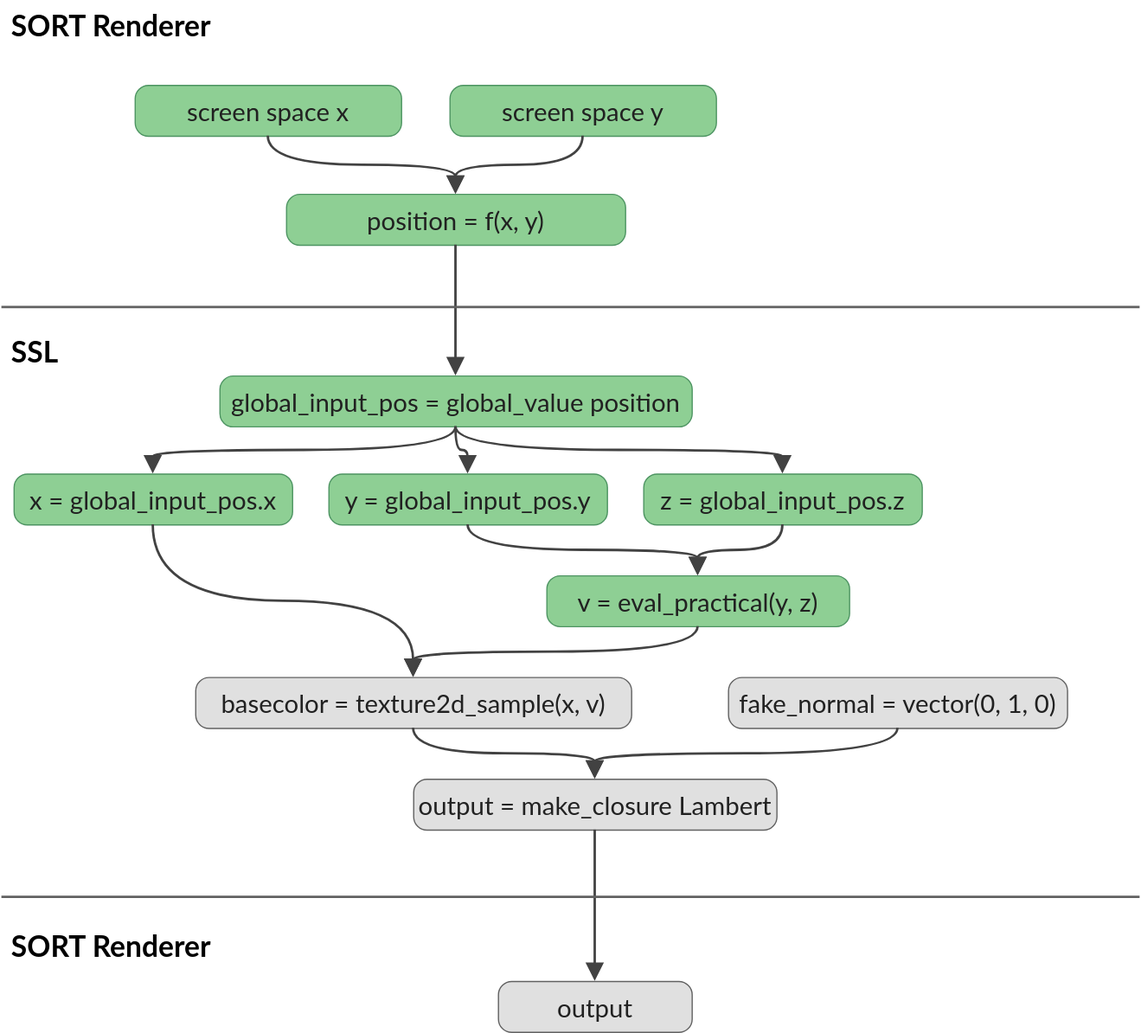
Above: img/posts/procedural_uv_derivatives_evaluation_in_sort_renderer/complete_shader_entry_graph_dark.drawio.svg in JiayinCao/AGraphicsGuyNotes (draw.io), before the change. Source tidied: cells renumbered, new cells last; positions are measured from the earlier drawing's top-left corner, leaving out a move shared by most shapes.
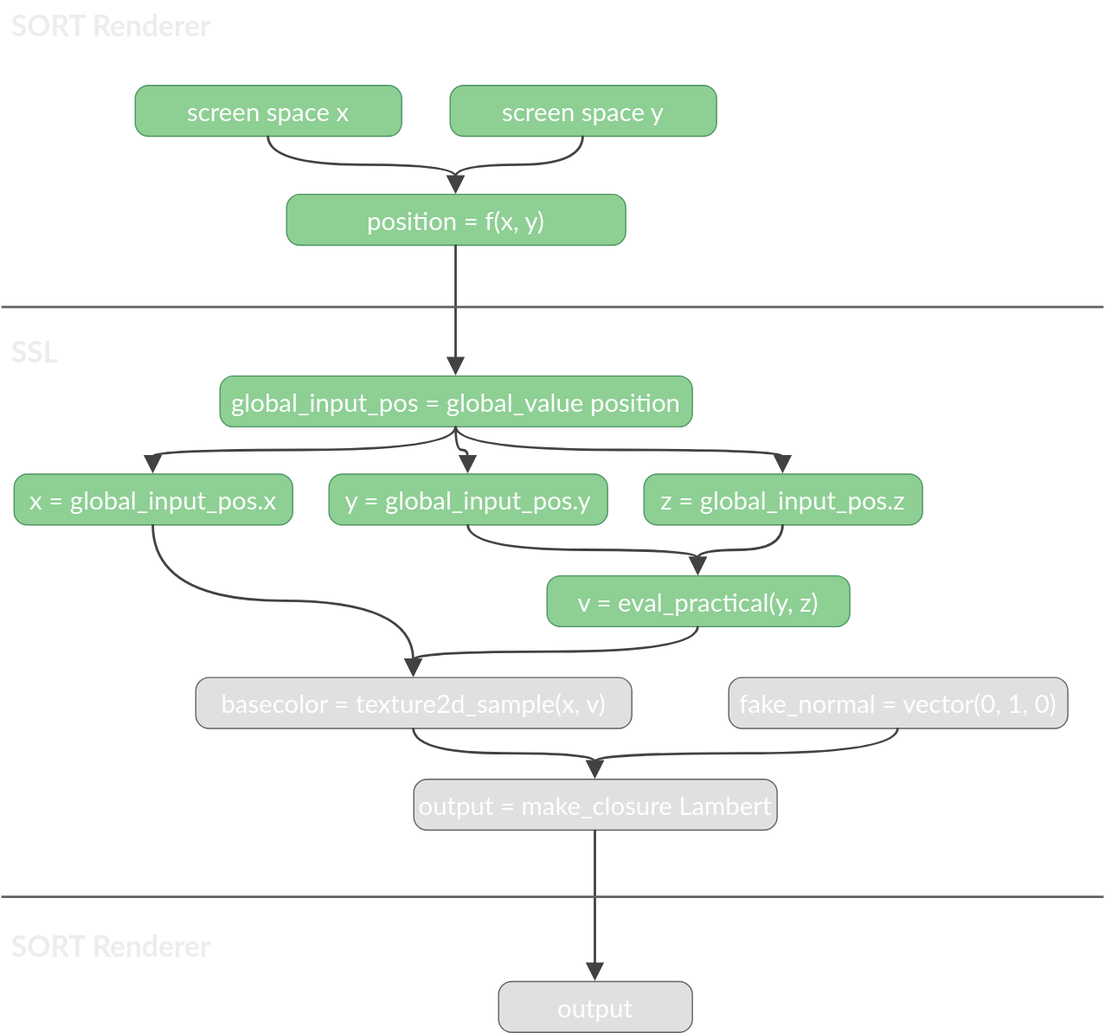
The same file after the commit.

Diff of the diagram source:
```diff
@@ -2,46 +2,46 @@
   <root>
     <mxCell id="0" />
     <mxCell id="1" parent="0" />
-    <mxCell id="2" value="screen space x" style="rounded=1;absoluteArcSize=1;arcSize=22;whiteSpace=wrap;html=1;fillColor=#8ecf94;strokeColor=#4d9462;fontColor=light-dark(#212121,#FFFFFF);fontFamily=Lato;fontSize=21;align=center;verticalAlign=middle;" parent="1" vertex="1">
+    <mxCell id="2" value="screen space x" style="rounded=1;absoluteArcSize=1;arcSize=22;whiteSpace=wrap;html=1;fillColor=#8ecf94;strokeColor=#4d9462;fontColor=light-dark(#FFFFFF,#FFFFFF);fontFamily=Lato;fontSize=21;align=center;verticalAlign=middle;" parent="1" vertex="1">
       <mxGeometry x="110" y="70" width="220" height="42" as="geometry" />
     </mxCell>
-    <mxCell id="3" value="screen space y" style="rounded=1;absoluteArcSize=1;arcSize=22;whiteSpace=wrap;html=1;fillColor=#8ecf94;strokeColor=#4d9462;fontColor=light-dark(#212121,#FFFFFF);fontFamily=Lato;fontSize=21;align=center;verticalAlign=middle;" parent="1" vertex="1">
+    <mxCell id="3" value="screen space y" style="rounded=1;absoluteArcSize=1;arcSize=22;whiteSpace=wrap;html=1;fillColor=#8ecf94;strokeColor=#4d9462;fontColor=light-dark(#FFFFFF,#FFFFFF);fontFamily=Lato;fontSize=21;align=center;verticalAlign=middle;" parent="1" vertex="1">
       <mxGeometry x="370" y="70" width="220" height="42" as="geometry" />
     </mxCell>
-    <mxCell id="4" value="position = f(x, y)" style="rounded=1;absoluteArcSize=1;arcSize=22;whiteSpace=wrap;html=1;fillColor=#8ecf94;strokeColor=#4d9462;fontColor=light-dark(#212121,#FFFFFF);fontFamily=Lato;fontSize=21;align=center;verticalAlign=middle;" parent="1" vertex="1">
+    <mxCell id="4" value="position = f(x, y)" style="rounded=1;absoluteArcSize=1;arcSize=22;whiteSpace=wrap;html=1;fillColor=#8ecf94;strokeColor=#4d9462;fontColor=light-dark(#FFFFFF,#FFFFFF);fontFamily=Lato;fontSize=21;align=center;verticalAlign=middle;" parent="1" vertex="1">
       <mxGeometry x="235" y="160" width="280" height="42" as="geometry" />
     </mxCell>
     <mxCell id="5" value=" " style="rounded=1;whiteSpace=wrap;html=1;arcSize=22;fillColor=none;strokeColor=none;fontColor=none;" parent="1" vertex="1">
       <mxGeometry x="250" y="240" width="30" height="10" as="geometry" />
     </mxCell>
-    <mxCell id="6" value="global_input_pos = global_value position" style="rounded=1;absoluteArcSize=1;arcSize=22;whiteSpace=wrap;html=1;fillColor=#8ecf94;strokeColor=#4d9462;fontColor=light-dark(#212121,#FFFFFF);fontFamily=Lato;fontSize=21;align=center;verticalAlign=middle;" parent="1" vertex="1">
+    <mxCell id="6" value="global_input_pos = global_value position" style="rounded=1;absoluteArcSize=1;arcSize=22;whiteSpace=wrap;html=1;fillColor=#8ecf94;strokeColor=#4d9462;fontColor=light-dark(#FFFFFF,#FFFFFF);fontFamily=Lato;fontSize=21;align=center;verticalAlign=middle;" parent="1" vertex="1">
       <mxGeometry x="180" y="310" width="390" height="42" as="geometry" />
     </mxCell>
-    <mxCell id="7" value="x = global_input_pos.x" style="rounded=1;absoluteArcSize=1;arcSize=22;whiteSpace=wrap;html=1;fillColor=#8ecf94;strokeColor=#4d9462;fontColor=light-dark(#212121,#FFFFFF);fontFamily=Lato;fontSize=21;align=center;verticalAlign=middle;" parent="1" vertex="1">
+    <mxCell id="7" value="x = global_input_pos.x" style="rounded=1;absoluteArcSize=1;arcSize=22;whiteSpace=wrap;html=1;fillColor=#8ecf94;strokeColor=#4d9462;fontColor=light-dark(#FFFFFF,#FFFFFF);fontFamily=Lato;fontSize=21;align=center;verticalAlign=middle;" parent="1" vertex="1">
       <mxGeometry x="10" y="391" width="230" height="42" as="geometry" />
     </mxCell>
-    <mxCell id="8" value="y = global_input_pos.y" style="rounded=1;absoluteArcSize=1;arcSize=22;whiteSpace=wrap;html=1;fillColor=#8ecf94;strokeColor=#4d9462;fontColor=light-dark(#212121,#FFFFFF);fontFamily=Lato;fontSize=21;align=center;verticalAlign=middle;" parent="1" vertex="1">
+    <mxCell id="8" value="y = global_input_pos.y" style="rounded=1;absoluteArcSize=1;arcSize=22;whiteSpace=wrap;html=1;fillColor=#8ecf94;strokeColor=#4d9462;fontColor=light-dark(#FFFFFF,#FFFFFF);fontFamily=Lato;fontSize=21;align=center;verticalAlign=middle;" parent="1" vertex="1">
       <mxGeometry x="270" y="391" width="230" height="42" as="geometry" />
     </mxCell>
-    <mxCell id="9" value="z = global_input_pos.z" style="rounded=1;absoluteArcSize=1;arcSize=22;whiteSpace=wrap;html=1;fillColor=#8ecf94;strokeColor=#4d9462;fontColor=light-dark(#212121,#FFFFFF);fontFamily=Lato;fontSize=21;align=center;verticalAlign=middle;" parent="1" vertex="1">
+    <mxCell id="9" value="z = global_input_pos.z" style="rounded=1;absoluteArcSize=1;arcSize=22;whiteSpace=wrap;html=1;fillColor=#8ecf94;strokeColor=#4d9462;fontColor=light-dark(#FFFFFF,#FFFFFF);fontFamily=Lato;fontSize=21;align=center;verticalAlign=middle;" parent="1" vertex="1">
       <mxGeometry x="530" y="391" width="230" height="42" as="geometry" />
     </mxCell>
-    <mxCell id="10" value="v = eval_practical(y, z)" style="rounded=1;absoluteArcSize=1;arcSize=22;whiteSpace=wrap;html=1;fillColor=#8ecf94;strokeColor=#4d9462;fontColor=light-dark(#212121,#FFFFFF);fontFamily=Lato;fontSize=21;align=center;verticalAlign=middle;" parent="1" vertex="1">
+    <mxCell id="10" value="v = eval_practical(y, z)" style="rounded=1;absoluteArcSize=1;arcSize=22;whiteSpace=wrap;html=1;fillColor=#8ecf94;strokeColor=#4d9462;fontColor=light-dark(#FFFFFF,#FFFFFF);fontFamily=Lato;fontSize=21;align=center;verticalAlign=middle;" parent="1" vertex="1">
       <mxGeometry x="450" y="475" width="250" height="42" as="geometry" />
     </mxCell>
-    <mxCell id="11" value="basecolor = texture2d_sample(x, v)" style="rounded=1;absoluteArcSize=1;arcSize=22;whiteSpace=wrap;html=1;fillColor=#E0E0E0;strokeColor=#616161;fontColor=light-dark(#212121,#FFFFFF);fontFamily=Lato;fontSize=21;align=center;verticalAlign=middle;" parent="1" vertex="1">
+    <mxCell id="11" value="basecolor = texture2d_sample(x, v)" style="rounded=1;absoluteArcSize=1;arcSize=22;whiteSpace=wrap;html=1;fillColor=#E0E0E0;strokeColor=#616161;fontColor=light-dark(#FFFFFF,#FFFFFF);fontFamily=Lato;fontSize=21;align=center;verticalAlign=middle;" parent="1" vertex="1">
       <mxGeometry x="160" y="559" width="360" height="42" as="geometry" />
     </mxCell>
-    <mxCell id="12" value="fake_normal = vector(0, 1, 0)" style="rounded=1;absoluteArcSize=1;arcSize=22;whiteSpace=wrap;html=1;fillColor=#E0E0E0;strokeColor=#616161;fontColor=light-dark(#212121,#FFFFFF);fontFamily=Lato;fontSize=21;align=center;verticalAlign=middle;" parent="1" vertex="1">
+    <mxCell id="12" value="fake_normal = vector(0, 1, 0)" style="rounded=1;absoluteArcSize=1;arcSize=22;whiteSpace=wrap;html=1;fillColor=#E0E0E0;strokeColor=#616161;fontColor=light-dark(#FFFFFF,#FFFFFF);fontFamily=Lato;fontSize=21;align=center;verticalAlign=middle;" parent="1" vertex="1">
       <mxGeometry x="600" y="559" width="280" height="42" as="geometry" />
     </mxCell>
-    <mxCell id="13" value="output = make_closure Lambert" style="rounded=1;absoluteArcSize=1;arcSize=22;whiteSpace=wrap;html=1;fillColor=#E0E0E0;strokeColor=#616161;fontColor=light-dark(#212121,#FFFFFF);fontFamily=Lato;fontSize=21;align=center;verticalAlign=middle;" parent="1" vertex="1">
+    <mxCell id="13" value="output = make_closure Lambert" style="rounded=1;absoluteArcSize=1;arcSize=22;whiteSpace=wrap;html=1;fillColor=#E0E0E0;strokeColor=#616161;fontColor=light-dark(#FFFFFF,#FFFFFF);fontFamily=Lato;fontSize=21;align=center;verticalAlign=middle;" parent="1" vertex="1">
       <mxGeometry x="340" y="643" width="300" height="42" as="geometry" />
     </mxCell>
     <mxCell id="14" value=" " style="rounded=1;whiteSpace=wrap;html=1;arcSize=22;fillColor=none;strokeColor=none;fontColor=none;" parent="1" vertex="1">
       <mxGeometry x="510" y="720" width="30" height="10" as="geometry" />
     </mxCell>
-    <mxCell id="15" value="output" style="rounded=1;absoluteArcSize=1;arcSize=22;whiteSpace=wrap;html=1;fillColor=#E0E0E0;strokeColor=#616161;fontColor=light-dark(#212121,#FFFFFF);fontFamily=Lato;fontSize=21;align=center;verticalAlign=middle;" parent="1" vertex="1">
+    <mxCell id="15" value="output" style="rounded=1;absoluteArcSize=1;arcSize=22;whiteSpace=wrap;html=1;fillColor=#E0E0E0;strokeColor=#616161;fontColor=light-dark(#FFFFFF,#FFFFFF);fontFamily=Lato;fontSize=21;align=center;verticalAlign=middle;" parent="1" vertex="1">
       <mxGeometry x="410" y="810" width="160" height="42" as="geometry" />
     </mxCell>
     <mxCell id="16" style="edgeStyle=orthogonalEdgeStyle;curved=1;rounded=0;html=1;endArrow=block;endFill=1;endSize=10;strokeColor=#424242;strokeWidth=2;" parent="1" edge="1" source="2" target="4">
@@ -96,18 +96,18 @@
       <mxGeometry relative="1" as="geometry" />
     </mxCell>
     <mxCell id="33" style="shape=line;strokeWidth=2;strokeColor=#616161;" parent="1" vertex="1">
-      <mxGeometry y="253" width="940" height="1" as="geometry" />
+      <mxGeometry y="253" width="910" height="1" as="geometry" />
     </mxCell>
     <mxCell id="34" style="shape=line;strokeWidth=2;strokeColor=#616161;" parent="1" vertex="1">
-      <mxGeometry y="740" width="940" height="1" as="geometry" />
+      <mxGeometry y="740" width="910" height="1" as="geometry" />
     </mxCell>
-    <mxCell id="35" value="SSL" style="text;html=1;strokeColor=none;fillColor=none;fontColor=#000000;fontFamily=Lato;fontSize=24;fontStyle=1;align=left;verticalAlign=top;" parent="1" vertex="1">
+    <mxCell id="35" value="SSL" style="text;html=1;strokeColor=none;fillColor=none;fontColor=light-dark(#EDEDED,#EDEDED);fontFamily=Lato;fontSize=24;fontStyle=1;align=left;verticalAlign=top;" parent="1" vertex="1">
       <mxGeometry x="6" y="269" width="180" height="30" as="geometry" />
     </mxCell>
-    <mxCell id="36" value="SORT Renderer" style="text;html=1;strokeColor=none;fillColor=none;fontColor=#000000;fontFamily=Lato;fontSize=24;fontStyle=1;align=left;verticalAlign=top;" parent="1" vertex="1">
+    <mxCell id="36" value="SORT Renderer" style="text;html=1;strokeColor=none;fillColor=none;fontColor=light-dark(#EDEDED,#EDEDED);fontFamily=Lato;fontSize=24;fontStyle=1;align=left;verticalAlign=top;" parent="1" vertex="1">
       <mxGeometry x="6" y="760" width="180" height="30" as="geometry" />
     </mxCell>
-    <mxCell id="37" value="SORT Renderer" style="text;html=1;strokeColor=none;fillColor=none;fontColor=#000000;fontFamily=Lato;fontSize=24;fontStyle=1;align=left;verticalAlign=top;" parent="1" vertex="1">
+    <mxCell id="37" value="SORT Renderer" style="text;html=1;strokeColor=none;fillColor=none;fontColor=light-dark(#EDEDED,#EDEDED);fontFamily=Lato;fontSize=24;fontStyle=1;align=left;verticalAlign=top;" parent="1" vertex="1">
       <mxGeometry x="6" width="180" height="30" as="geometry" />
     </mxCell>
   </root>
```
